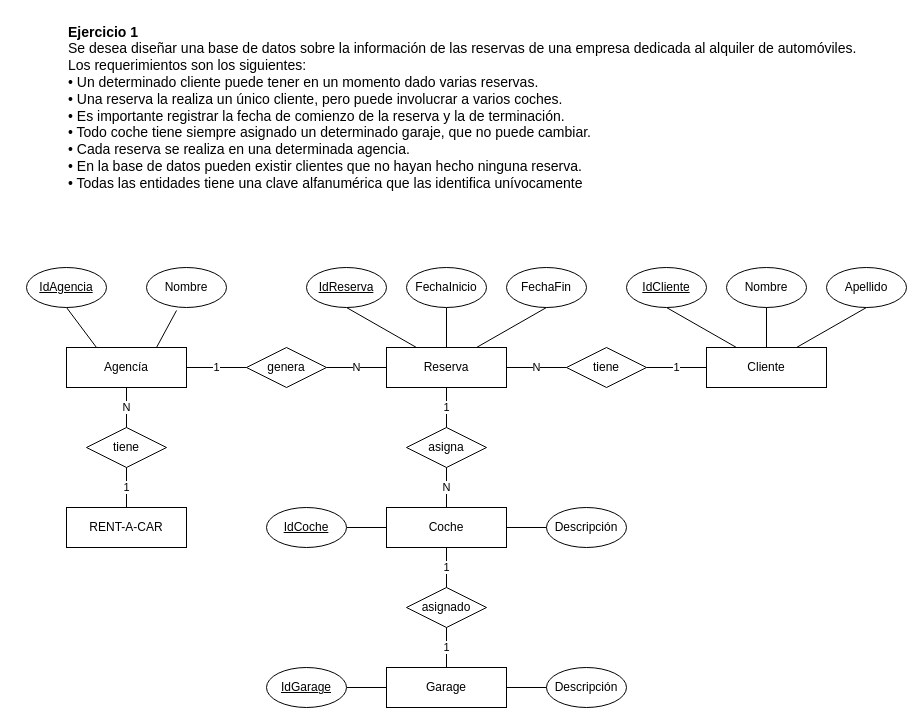
This is ~Base de Datos/Itinerario 02/Ejercicio1.drawio from zherar7ordoya/AP4, a draw.io file, before an edit. Source tidied: cells renumbered, new cells numbered last; positions are measured from the earlier drawing's top-left corner, leaving out a move shared by most shapes. Both pictures are drawn from the tidied source at 100%, with x=0, y=0 at pixel (26, 17).
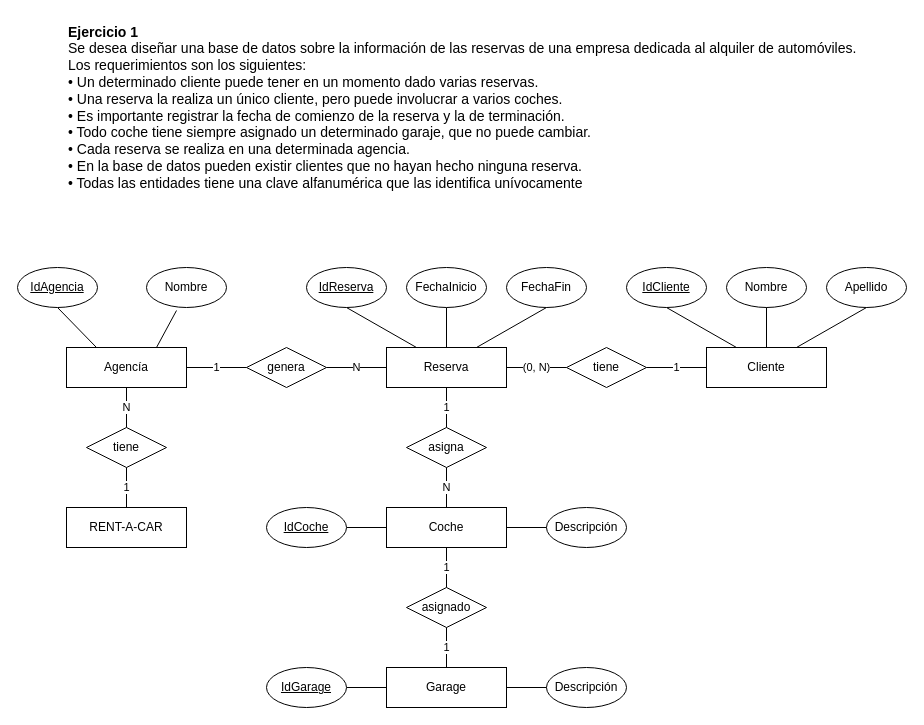
The same diagram, later.

Unchanged cells that the change refers to:
```xml
<mxCell id="4" value="Reserva" style="whiteSpace=wrap;html=1;align=center;fillColor=#FFFFFF;" parent="1" vertex="1">
  <mxGeometry x="360" y="330" width="120" height="40" as="geometry" />
</mxCell>
<mxCell id="12" value="tiene" style="shape=rhombus;perimeter=rhombusPerimeter;whiteSpace=wrap;html=1;align=center;" parent="1" vertex="1">
  <mxGeometry x="540" y="330" width="80" height="40" as="geometry" />
</mxCell>
```

Diff of the diagram source:
```diff
@@
-    <mxCell id="14" value="N" style="endArrow=none;html=1;rounded=0;exitX=1;exitY=0.5;exitDx=0;exitDy=0;entryX=0;entryY=0.5;entryDx=0;entryDy=0;" parent="1" edge="1" source="4" target="12">
+    <mxCell id="14" value="(0, N)" style="endArrow=none;html=1;rounded=0;exitX=1;exitY=0.5;exitDx=0;exitDy=0;entryX=0;entryY=0.5;entryDx=0;entryDy=0;" parent="1" edge="1" source="4" target="12">
       <mxGeometry relative="1" as="geometry" />
     </mxCell>
@@
     <mxCell id="37" value="IdAgencia" style="ellipse;whiteSpace=wrap;html=1;align=center;fontStyle=4;" parent="1" vertex="1">
-      <mxGeometry y="250" width="80" height="40" as="geometry" />
+      <mxGeometry x="-9" y="250" width="80" height="40" as="geometry" />
     </mxCell>
```
